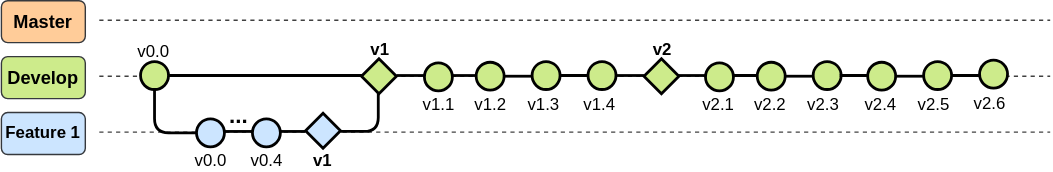
Above: 03_ImagenesRepo/Image_readme.svg in LEOSZ8/Tesis_Msc_LSZ (draw.io), before the change. Source tidied: cells renumbered, new cells last; positions are measured from the earlier drawing's top-left corner, leaving out a move shared by most shapes.
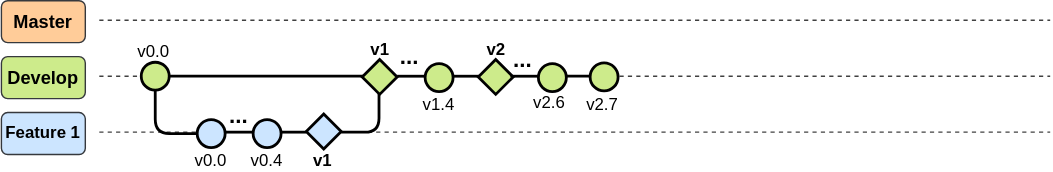
The same file after the commit.

What changed in the source:
```diff
@@ -4,8 +4,8 @@
     <mxCell id="1" parent="0" />
     <mxCell id="2" style="edgeStyle=orthogonalEdgeStyle;rounded=0;orthogonalLoop=1;jettySize=auto;html=1;endArrow=none;endFill=0;strokeWidth=2;" parent="1" edge="1">
       <mxGeometry relative="1" as="geometry">
-        <mxPoint x="521" y="54" as="sourcePoint" />
-        <mxPoint x="541" y="53" as="targetPoint" />
+        <mxPoint x="401" y="54" as="sourcePoint" />
+        <mxPoint x="421" y="53" as="targetPoint" />
       </mxGeometry>
     </mxCell>
     <mxCell id="3" style="edgeStyle=orthogonalEdgeStyle;rounded=0;orthogonalLoop=1;jettySize=auto;html=1;endArrow=none;endFill=0;strokeWidth=2;" parent="1" edge="1">
@@ -114,103 +114,38 @@
     <mxCell id="27" style="ellipse;whiteSpace=wrap;html=1;fillColor=#CDEB8B;strokeColor=#000000;strokeWidth=2;" parent="1" vertex="1">
       <mxGeometry x="303" y="45" width="20" height="20" as="geometry" />
     </mxCell>
-    <mxCell id="28" value="v1.1" style="text;html=1;align=center;verticalAlign=middle;whiteSpace=wrap;rounded=0;" parent="1" vertex="1">
+    <mxCell id="28" value="v1.4" style="text;html=1;align=center;verticalAlign=middle;whiteSpace=wrap;rounded=0;" parent="1" vertex="1">
       <mxGeometry x="298" y="70" width="30" height="10" as="geometry" />
     </mxCell>
-    <mxCell id="29" style="edgeStyle=orthogonalEdgeStyle;rounded=0;jettySize=auto;html=1;endArrow=none;endFill=0;strokeWidth=2;" parent="1" edge="1" source="30" target="33">
-      <mxGeometry relative="1" as="geometry" />
-    </mxCell>
-    <mxCell id="30" style="ellipse;whiteSpace=wrap;html=1;fillColor=#CDEB8B;strokeColor=#000000;strokeWidth=2;" parent="1" vertex="1">
-      <mxGeometry x="340" y="44.5" width="20" height="20" as="geometry" />
-    </mxCell>
-    <mxCell id="31" value="v1.2" style="text;html=1;align=center;verticalAlign=middle;whiteSpace=wrap;rounded=0;" parent="1" vertex="1">
-      <mxGeometry x="335" y="70" width="30" height="10" as="geometry" />
-    </mxCell>
-    <mxCell id="32" style="edgeStyle=orthogonalEdgeStyle;rounded=0;jettySize=auto;html=1;endArrow=none;endFill=0;strokeWidth=2;" parent="1" edge="1" source="33" target="35">
-      <mxGeometry relative="1" as="geometry" />
-    </mxCell>
-    <mxCell id="33" style="ellipse;whiteSpace=wrap;html=1;fillColor=#CDEB8B;strokeColor=#000000;strokeWidth=2;" parent="1" vertex="1">
-      <mxGeometry x="380" y="44" width="20" height="20" as="geometry" />
-    </mxCell>
-    <mxCell id="34" value="v1.3" style="text;html=1;align=center;verticalAlign=middle;whiteSpace=wrap;rounded=0;" parent="1" vertex="1">
-      <mxGeometry x="373" y="70" width="30" height="10" as="geometry" />
-    </mxCell>
-    <mxCell id="35" style="ellipse;whiteSpace=wrap;html=1;fillColor=#CDEB8B;strokeColor=#000000;strokeWidth=2;" parent="1" vertex="1">
-      <mxGeometry x="420" y="44" width="20" height="20" as="geometry" />
-    </mxCell>
-    <mxCell id="36" value="v1.4" style="text;html=1;align=center;verticalAlign=middle;whiteSpace=wrap;rounded=0;" parent="1" vertex="1">
-      <mxGeometry x="413" y="70" width="30" height="10" as="geometry" />
-    </mxCell>
     <mxCell id="37" style="rhombus;whiteSpace=wrap;html=1;fillColor=#CDEB8B;strokeColor=#000000;strokeWidth=2;" parent="1" vertex="1">
-      <mxGeometry x="460" y="42" width="25" height="25" as="geometry" />
+      <mxGeometry x="341" y="42" width="25" height="25" as="geometry" />
     </mxCell>
-    <mxCell id="38" style="edgeStyle=orthogonalEdgeStyle;rounded=0;orthogonalLoop=1;jettySize=auto;html=1;endArrow=none;endFill=0;strokeWidth=2;" parent="1" edge="1">
-      <mxGeometry relative="1" as="geometry">
-        <mxPoint x="440" y="54" as="sourcePoint" />
-        <mxPoint x="460" y="54" as="targetPoint" />
-      </mxGeometry>
-    </mxCell>
     <mxCell id="39" value="v2" style="text;html=1;align=center;verticalAlign=middle;whiteSpace=wrap;rounded=0;fontStyle=1;" parent="1" vertex="1">
-      <mxGeometry x="458" y="30" width="30" height="10" as="geometry" />
+      <mxGeometry x="339" y="30" width="30" height="10" as="geometry" />
     </mxCell>
     <mxCell id="40" style="edgeStyle=orthogonalEdgeStyle;rounded=0;orthogonalLoop=1;jettySize=auto;html=1;endArrow=none;endFill=0;strokeWidth=2;" parent="1" edge="1">
       <mxGeometry relative="1" as="geometry">
-        <mxPoint x="484" y="54" as="sourcePoint" />
-        <mxPoint x="504" y="54" as="targetPoint" />
+        <mxPoint x="364" y="54" as="sourcePoint" />
+        <mxPoint x="384" y="54" as="targetPoint" />
       </mxGeometry>
     </mxCell>
     <mxCell id="41" style="ellipse;whiteSpace=wrap;html=1;fillColor=#CDEB8B;strokeColor=#000000;strokeWidth=2;" parent="1" vertex="1">
-      <mxGeometry x="504" y="45" width="20" height="20" as="geometry" />
+      <mxGeometry x="384" y="45" width="20" height="20" as="geometry" />
     </mxCell>
-    <mxCell id="42" style="edgeStyle=orthogonalEdgeStyle;rounded=0;jettySize=auto;html=1;endArrow=none;endFill=0;strokeWidth=2;" parent="1" edge="1" source="43" target="44">
-      <mxGeometry relative="1" as="geometry" />
-    </mxCell>
     <mxCell id="43" style="ellipse;whiteSpace=wrap;html=1;fillColor=#CDEB8B;strokeColor=#000000;strokeWidth=2;" parent="1" vertex="1">
-      <mxGeometry x="541" y="44.5" width="20" height="20" as="geometry" />
+      <mxGeometry x="421" y="44.5" width="20" height="20" as="geometry" />
     </mxCell>
-    <mxCell id="44" style="ellipse;whiteSpace=wrap;html=1;fillColor=#CDEB8B;strokeColor=#000000;strokeWidth=2;" parent="1" vertex="1">
-      <mxGeometry x="581" y="44" width="20" height="20" as="geometry" />
-    </mxCell>
-    <mxCell id="45" value="v2.1" style="text;html=1;align=center;verticalAlign=middle;whiteSpace=wrap;rounded=0;" parent="1" vertex="1">
-      <mxGeometry x="498" y="70" width="30" height="10" as="geometry" />
-    </mxCell>
-    <mxCell id="46" value="v2.2" style="text;html=1;align=center;verticalAlign=middle;whiteSpace=wrap;rounded=0;" parent="1" vertex="1">
-      <mxGeometry x="535" y="70" width="30" height="10" as="geometry" />
+    <mxCell id="46" value="v2.7" style="text;html=1;align=center;verticalAlign=middle;whiteSpace=wrap;rounded=0;" parent="1" vertex="1">
+      <mxGeometry x="415" y="70" width="30" height="10" as="geometry" />
     </mxCell>
-    <mxCell id="47" value="v2.3" style="text;html=1;align=center;verticalAlign=middle;whiteSpace=wrap;rounded=0;" parent="1" vertex="1">
-      <mxGeometry x="573" y="70" width="30" height="10" as="geometry" />
-    </mxCell>
-    <mxCell id="48" style="edgeStyle=orthogonalEdgeStyle;rounded=0;orthogonalLoop=1;jettySize=auto;html=1;endArrow=none;endFill=0;strokeWidth=2;" parent="1" edge="1">
-      <mxGeometry relative="1" as="geometry">
-        <mxPoint x="600" y="54" as="sourcePoint" />
-        <mxPoint x="620" y="53" as="targetPoint" />
-      </mxGeometry>
-    </mxCell>
-    <mxCell id="49" style="edgeStyle=orthogonalEdgeStyle;rounded=0;jettySize=auto;html=1;endArrow=none;endFill=0;strokeWidth=2;" parent="1" edge="1" source="50" target="51">
-      <mxGeometry relative="1" as="geometry" />
-    </mxCell>
-    <mxCell id="50" style="ellipse;whiteSpace=wrap;html=1;fillColor=#CDEB8B;strokeColor=#000000;strokeWidth=2;" parent="1" vertex="1">
-      <mxGeometry x="620" y="44.5" width="20" height="20" as="geometry" />
-    </mxCell>
-    <mxCell id="51" style="ellipse;whiteSpace=wrap;html=1;fillColor=#CDEB8B;strokeColor=#000000;strokeWidth=2;" parent="1" vertex="1">
-      <mxGeometry x="660" y="44" width="20" height="20" as="geometry" />
-    </mxCell>
-    <mxCell id="52" value="v2.4" style="text;html=1;align=center;verticalAlign=middle;whiteSpace=wrap;rounded=0;" parent="1" vertex="1">
-      <mxGeometry x="614" y="70" width="30" height="10" as="geometry" />
-    </mxCell>
-    <mxCell id="53" value="v2.5" style="text;html=1;align=center;verticalAlign=middle;whiteSpace=wrap;rounded=0;" parent="1" vertex="1">
-      <mxGeometry x="652" y="70" width="30" height="10" as="geometry" />
-    </mxCell>
-    <mxCell id="54" style="edgeStyle=orthogonalEdgeStyle;rounded=0;jettySize=auto;html=1;endArrow=none;endFill=0;strokeWidth=2;" parent="1" edge="1" target="55">
-      <mxGeometry relative="1" as="geometry">
-        <mxPoint x="680" y="54" as="sourcePoint" />
-      </mxGeometry>
-    </mxCell>
-    <mxCell id="55" style="ellipse;whiteSpace=wrap;html=1;fillColor=#CDEB8B;strokeColor=#000000;strokeWidth=2;" parent="1" vertex="1">
-      <mxGeometry x="700" y="43" width="20" height="20" as="geometry" />
-    </mxCell>
+    <mxCell id="57" value="&lt;font style=&quot;font-size: 16px;&quot;&gt;&lt;b&gt;...&lt;/b&gt;&lt;/font&gt;" style="text;html=1;whiteSpace=wrap;strokeColor=none;fillColor=none;align=center;verticalAlign=middle;rounded=0;" parent="1" vertex="1">
+      <mxGeometry x="282" y="32" width="20" height="16" as="geometry" />
+    </mxCell>
+    <mxCell id="58" value="&lt;font style=&quot;font-size: 16px;&quot;&gt;&lt;b&gt;...&lt;/b&gt;&lt;/font&gt;" style="text;html=1;whiteSpace=wrap;strokeColor=none;fillColor=none;align=center;verticalAlign=middle;rounded=0;" parent="1" vertex="1">
+      <mxGeometry x="363" y="34" width="20" height="16" as="geometry" />
+    </mxCell>
     <mxCell id="56" value="v2.6" style="text;html=1;align=center;verticalAlign=middle;whiteSpace=wrap;rounded=0;" parent="1" vertex="1">
-      <mxGeometry x="692" y="69" width="30" height="10" as="geometry" />
+      <mxGeometry x="377" y="68" width="30" height="10" as="geometry" />
     </mxCell>
   </root>
 </mxGraphModel>
```
